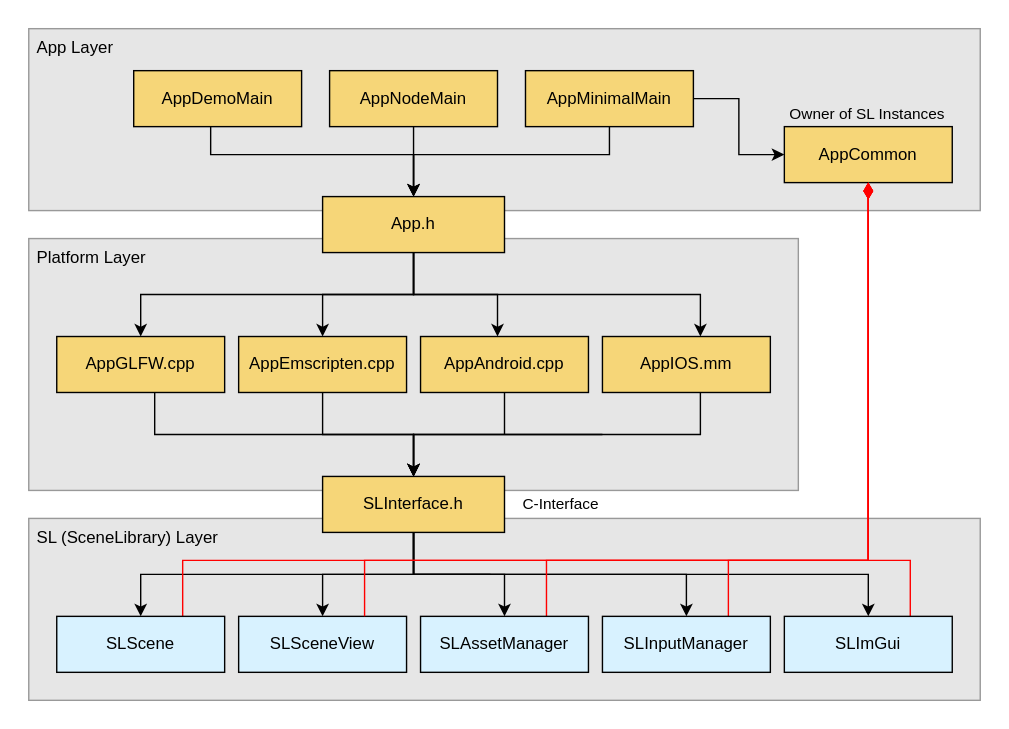
The draw.io diagram docs/images/app_framework.svg in cpvrlab/SLProject4, before a commit. Source tidied: cells renumbered, new cells last; positions are measured from the earlier drawing's top-left corner, leaving out a move shared by most shapes.
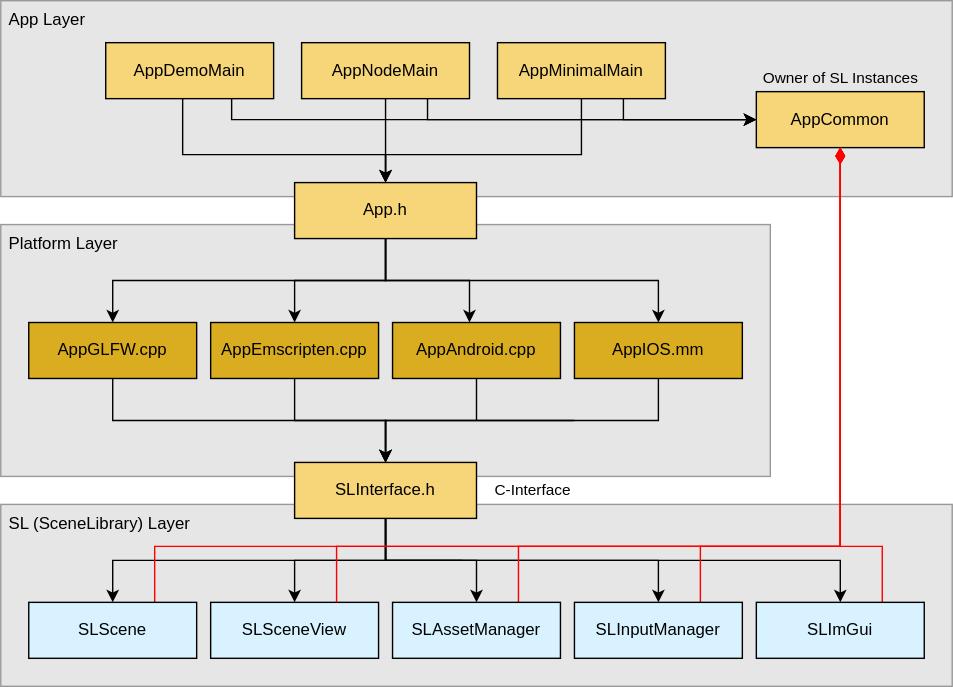
Above is the later version.

Diff of the diagram source:
```diff
@@ -9,38 +9,56 @@
       <mxGeometry y="150" width="550" height="180" as="geometry" />
     </mxCell>
     <mxCell id="4" value="App Layer" style="rounded=0;whiteSpace=wrap;html=1;fillColor=#E6E6E6;strokeColor=#999999;verticalAlign=top;align=left;spacingLeft=4;" parent="1" vertex="1">
-      <mxGeometry width="680" height="130" as="geometry" />
+      <mxGeometry y="-10" width="680" height="140" as="geometry" />
     </mxCell>
     <mxCell id="5" style="edgeStyle=orthogonalEdgeStyle;rounded=0;jettySize=auto;html=1;entryX=0.5;entryY=0;entryDx=0;entryDy=0;strokeWidth=1;" parent="1" edge="1" source="6" target="16">
       <mxGeometry relative="1" as="geometry">
         <Array as="points">
-          <mxPoint x="130" y="90" />
-          <mxPoint x="275" y="90" />
+          <mxPoint x="130" y="100" />
+          <mxPoint x="275" y="100" />
         </Array>
       </mxGeometry>
     </mxCell>
+    <mxCell id="44" style="edgeStyle=orthogonalEdgeStyle;rounded=0;jettySize=auto;html=1;exitX=0.75;exitY=1;exitDx=0;exitDy=0;entryX=0;entryY=0.5;entryDx=0;entryDy=0;" parent="1" edge="1" source="6" target="31">
+      <mxGeometry relative="1" as="geometry">
+        <Array as="points">
+          <mxPoint x="165" y="75" />
+        </Array>
+      </mxGeometry>
+    </mxCell>
     <mxCell id="6" value="&lt;a href=&quot;https://cpvrlab.github.io/SLProject4/_app_demo_main_8cpp.html&quot;&gt;AppDemoMain&lt;/a&gt;" style="rounded=0;whiteSpace=wrap;html=1;fillColor=#f6d678;strokeColor=#000000;" parent="1" vertex="1">
-      <mxGeometry x="75" y="30" width="120" height="40" as="geometry" />
+      <mxGeometry x="75" y="20" width="120" height="40" as="geometry" />
     </mxCell>
     <mxCell id="7" style="edgeStyle=orthogonalEdgeStyle;rounded=0;jettySize=auto;html=1;strokeWidth=1;" parent="1" edge="1" source="8" target="16">
       <mxGeometry relative="1" as="geometry" />
     </mxCell>
+    <mxCell id="45" style="edgeStyle=orthogonalEdgeStyle;rounded=0;jettySize=auto;html=1;exitX=0.75;exitY=1;exitDx=0;exitDy=0;entryX=0;entryY=0.5;entryDx=0;entryDy=0;" parent="1" edge="1" source="8" target="31">
+      <mxGeometry relative="1" as="geometry">
+        <Array as="points">
+          <mxPoint x="305" y="75" />
+        </Array>
+      </mxGeometry>
+    </mxCell>
     <mxCell id="8" value="&lt;a href=&quot;https://cpvrlab.github.io/SLProject4/_app_node_main_8cpp.html&quot;&gt;AppNodeMain&lt;/a&gt;" style="rounded=0;whiteSpace=wrap;html=1;fillColor=#f6d678;" parent="1" vertex="1">
-      <mxGeometry x="215" y="30" width="120" height="40" as="geometry" />
+      <mxGeometry x="215" y="20" width="120" height="40" as="geometry" />
     </mxCell>
     <mxCell id="9" style="edgeStyle=orthogonalEdgeStyle;rounded=0;jettySize=auto;html=1;strokeWidth=1;" parent="1" edge="1" source="11" target="16">
       <mxGeometry relative="1" as="geometry">
         <Array as="points">
-          <mxPoint x="415" y="90" />
-          <mxPoint x="275" y="90" />
+          <mxPoint x="415" y="100" />
+          <mxPoint x="275" y="100" />
         </Array>
       </mxGeometry>
     </mxCell>
-    <mxCell id="10" style="edgeStyle=orthogonalEdgeStyle;rounded=0;jettySize=auto;html=1;exitX=1;exitY=0.5;exitDx=0;exitDy=0;strokeWidth=1;" parent="1" edge="1" source="11" target="31">
-      <mxGeometry relative="1" as="geometry" />
+    <mxCell id="10" style="edgeStyle=orthogonalEdgeStyle;rounded=0;jettySize=auto;html=1;exitX=0.75;exitY=1;exitDx=0;exitDy=0;entryX=0;entryY=0.5;entryDx=0;entryDy=0;" parent="1" edge="1" source="11" target="31">
+      <mxGeometry relative="1" as="geometry">
+        <Array as="points">
+          <mxPoint x="445" y="75" />
+        </Array>
+      </mxGeometry>
     </mxCell>
     <mxCell id="11" value="&lt;a href=&quot;https://cpvrlab.github.io/SLProject4/_app_minimal_main_8cpp.html&quot;&gt;AppMinimalMain&lt;/a&gt;" style="rounded=0;whiteSpace=wrap;html=1;fillColor=#f6d678;" parent="1" vertex="1">
-      <mxGeometry x="355" y="30" width="120" height="40" as="geometry" />
+      <mxGeometry x="355" y="20" width="120" height="40" as="geometry" />
     </mxCell>
     <mxCell id="12" style="edgeStyle=orthogonalEdgeStyle;rounded=0;jettySize=auto;html=1;strokeWidth=1;" parent="1" edge="1" source="16" target="18">
       <mxGeometry relative="1" as="geometry">
@@ -66,11 +84,11 @@
         </Array>
       </mxGeometry>
     </mxCell>
-    <mxCell id="15" style="edgeStyle=orthogonalEdgeStyle;rounded=0;jettySize=auto;html=1;strokeWidth=1;" parent="1" edge="1" source="16" target="24">
+    <mxCell id="15" style="edgeStyle=orthogonalEdgeStyle;rounded=0;jettySize=auto;html=1;strokeWidth=1;entryX=0.5;entryY=0;entryDx=0;entryDy=0;" parent="1" edge="1" source="16" target="24">
       <mxGeometry relative="1" as="geometry">
         <Array as="points">
           <mxPoint x="275" y="190" />
-          <mxPoint x="480" y="190" />
+          <mxPoint x="470" y="190" />
         </Array>
       </mxGeometry>
     </mxCell>
@@ -80,12 +98,12 @@
     <mxCell id="17" style="edgeStyle=orthogonalEdgeStyle;rounded=0;jettySize=auto;html=1;strokeWidth=1;" parent="1" edge="1" source="18" target="30">
       <mxGeometry relative="1" as="geometry">
         <Array as="points">
-          <mxPoint x="90" y="290" />
+          <mxPoint x="80" y="290" />
           <mxPoint x="275" y="290" />
         </Array>
       </mxGeometry>
     </mxCell>
-    <mxCell id="18" value="&lt;a href=&quot;https://cpvrlab.github.io/SLProject4/_app_g_l_f_w_8cpp.html&quot;&gt;AppGLFW.cpp&lt;/a&gt;" style="rounded=0;whiteSpace=wrap;html=1;fillColor=#f6d678;" parent="1" vertex="1">
+    <mxCell id="18" value="&lt;a href=&quot;https://cpvrlab.github.io/SLProject4/_app_g_l_f_w_8cpp.html&quot;&gt;AppGLFW.cpp&lt;/a&gt;" style="rounded=0;whiteSpace=wrap;html=1;fillColor=#daac20;" parent="1" vertex="1">
       <mxGeometry x="20" y="220" width="120" height="40" as="geometry" />
     </mxCell>
     <mxCell id="19" style="edgeStyle=orthogonalEdgeStyle;rounded=0;jettySize=auto;html=1;strokeWidth=1;" parent="1" edge="1" source="20" target="30">
@@ -96,7 +114,7 @@
         </Array>
       </mxGeometry>
     </mxCell>
-    <mxCell id="20" value="&lt;a href=&quot;https://cpvrlab.github.io/SLProject4/_app_emscripten_8cpp.html&quot;&gt;AppEmscripten.cpp&lt;/a&gt;" style="rounded=0;whiteSpace=wrap;html=1;fillColor=#f6d678;" parent="1" vertex="1">
+    <mxCell id="20" value="&lt;a href=&quot;https://cpvrlab.github.io/SLProject4/_app_emscripten_8cpp.html&quot;&gt;AppEmscripten.cpp&lt;/a&gt;" style="rounded=0;whiteSpace=wrap;html=1;fillColor=#daac20;" parent="1" vertex="1">
       <mxGeometry x="150" y="220" width="120" height="40" as="geometry" />
     </mxCell>
     <mxCell id="21" style="edgeStyle=orthogonalEdgeStyle;rounded=0;jettySize=auto;html=1;entryX=0.5;entryY=0;entryDx=0;entryDy=0;strokeWidth=1;" parent="1" edge="1" source="22" target="30">
@@ -107,18 +125,18 @@
         </Array>
       </mxGeometry>
     </mxCell>
-    <mxCell id="22" value="&lt;a href=&quot;https://cpvrlab.github.io/SLProject4/_app_android_8cpp.html&quot;&gt;AppAndroid.cpp&lt;/a&gt;" style="rounded=0;whiteSpace=wrap;html=1;fillColor=#f6d678;" parent="1" vertex="1">
+    <mxCell id="22" value="&lt;a href=&quot;https://cpvrlab.github.io/SLProject4/_app_android_8cpp.html&quot;&gt;AppAndroid.cpp&lt;/a&gt;" style="rounded=0;whiteSpace=wrap;html=1;fillColor=#daac20;" parent="1" vertex="1">
       <mxGeometry x="280" y="220" width="120" height="40" as="geometry" />
     </mxCell>
     <mxCell id="23" style="edgeStyle=orthogonalEdgeStyle;rounded=0;jettySize=auto;html=1;entryX=0.5;entryY=0;entryDx=0;entryDy=0;strokeWidth=1;" parent="1" edge="1" source="24" target="30">
       <mxGeometry relative="1" as="geometry">
         <Array as="points">
-          <mxPoint x="480" y="290" />
+          <mxPoint x="470" y="290" />
           <mxPoint x="275" y="290" />
         </Array>
       </mxGeometry>
     </mxCell>
-    <mxCell id="24" value="&lt;a href=&quot;https://cpvrlab.github.io/SLProject4/_app_i_o_s_8mm.html&quot;&gt;AppIOS.mm&lt;/a&gt;" style="rounded=0;whiteSpace=wrap;html=1;fillColor=#f6d678;" parent="1" vertex="1">
+    <mxCell id="24" value="&lt;a href=&quot;https://cpvrlab.github.io/SLProject4/_app_i_o_s_8mm.html&quot;&gt;AppIOS.mm&lt;/a&gt;" style="rounded=0;whiteSpace=wrap;html=1;fillColor=#daac20;" parent="1" vertex="1">
       <mxGeometry x="410" y="220" width="120" height="40" as="geometry" />
     </mxCell>
     <mxCell id="25" style="edgeStyle=orthogonalEdgeStyle;rounded=0;jettySize=auto;html=1;exitX=0.5;exitY=1;exitDx=0;exitDy=0;strokeWidth=1;" parent="1" edge="1" source="30" target="33">
@@ -155,7 +173,7 @@
       <mxGeometry x="210" y="320" width="130" height="40" as="geometry" />
     </mxCell>
     <mxCell id="31" value="&lt;a href=&quot;https://cpvrlab.github.io/SLProject4/class_app_common.html&quot;&gt;AppCommon&lt;/a&gt;" style="rounded=0;whiteSpace=wrap;html=1;fillColor=#F6D678;" parent="1" vertex="1">
-      <mxGeometry x="540" y="70" width="120" height="40" as="geometry" />
+      <mxGeometry x="540" y="55" width="120" height="40" as="geometry" />
     </mxCell>
     <mxCell id="32" style="edgeStyle=orthogonalEdgeStyle;rounded=0;jettySize=auto;html=1;exitX=0.75;exitY=0;exitDx=0;exitDy=0;entryX=0.5;entryY=1;entryDx=0;entryDy=0;strokeColor=#FF0000;endArrow=diamondThin;endFill=1;endSize=9;" parent="1" edge="1" source="33" target="31">
       <mxGeometry relative="1" as="geometry">
@@ -204,9 +222,8 @@
     <mxCell id="40" value="&lt;a href=&quot;https://cpvrlab.github.io/SLProject4/class_s_l_input_manager.html&quot;&gt;SLInputManager&lt;/a&gt;" style="rounded=0;whiteSpace=wrap;html=1;fillColor=#d8f2ff;" parent="1" vertex="1">
       <mxGeometry x="410" y="420" width="120" height="40" as="geometry" />
     </mxCell>
-    <mxCell id="41" style="edgeStyle=orthogonalEdgeStyle;rounded=0;jettySize=auto;html=1;exitX=0.75;exitY=0;exitDx=0;exitDy=0;endArrow=diamondThin;endFill=1;strokeColor=#FF0000;endSize=9;" parent="1" edge="1" source="34">
+    <mxCell id="41" style="edgeStyle=orthogonalEdgeStyle;rounded=0;jettySize=auto;html=1;exitX=0.75;exitY=0;exitDx=0;exitDy=0;endArrow=diamondThin;endFill=1;strokeColor=#FF0000;endSize=9;entryX=0.5;entryY=1;entryDx=0;entryDy=0;" parent="1" edge="1" source="34" target="31">
       <mxGeometry relative="1" as="geometry">
-        <mxPoint x="600" y="110" as="targetPoint" />
         <Array as="points">
           <mxPoint x="240" y="380" />
           <mxPoint x="600" y="380" />
@@ -217,7 +234,7 @@
       <mxGeometry x="340" y="325" width="80" height="30" as="geometry" />
     </mxCell>
     <mxCell id="43" value="Owner of SL Instances" style="text;html=1;align=center;verticalAlign=middle;strokeColor=none;fillColor=none;fontSize=11;" parent="1" vertex="1">
-      <mxGeometry x="534" y="46" width="130" height="30" as="geometry" />
+      <mxGeometry x="535" y="30" width="130" height="30" as="geometry" />
     </mxCell>
   </root>
 </mxGraphModel>
```
